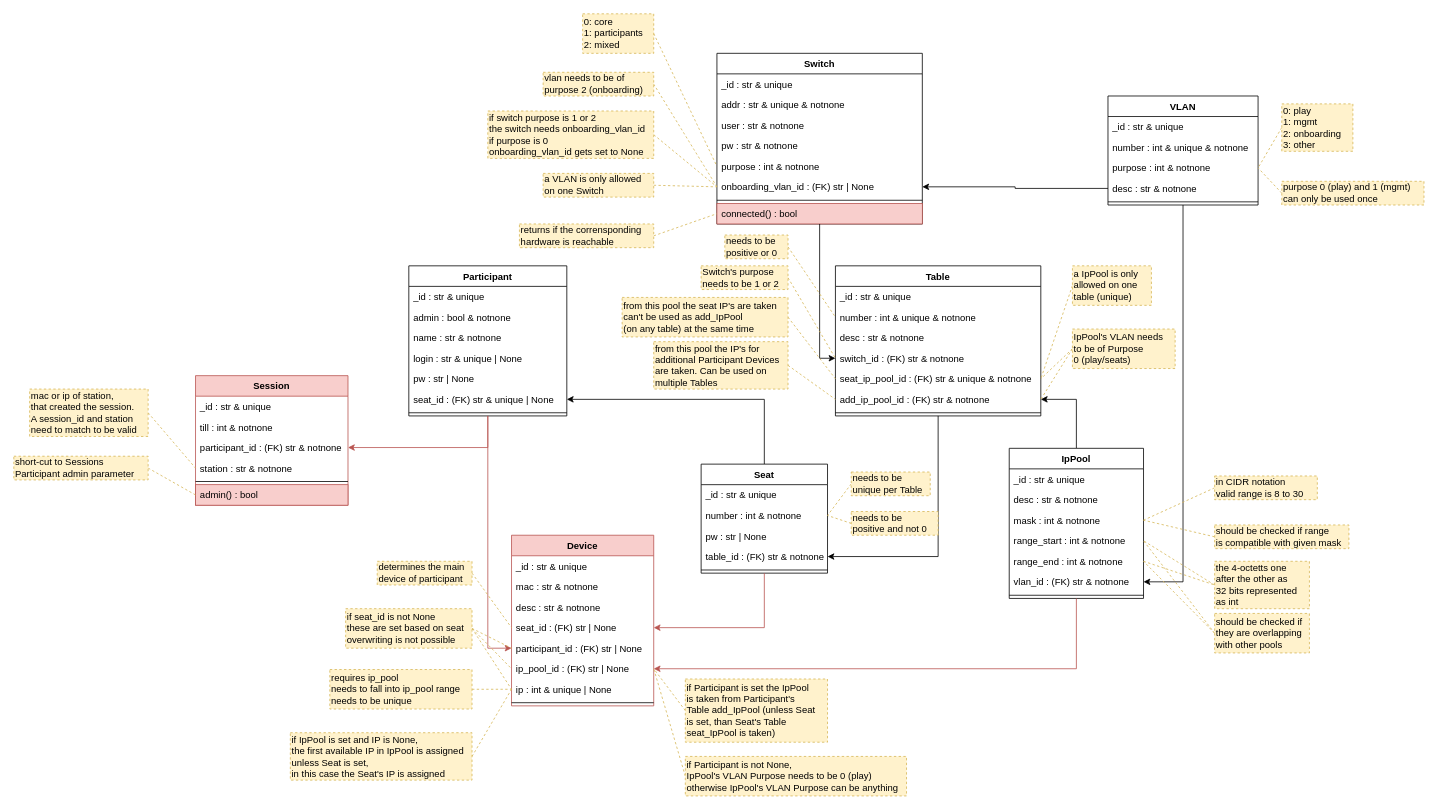
The draw.io diagram docs/elements_classes.drawio in nils-ost/LanPartyOnboardingSystem, before the edit. Source tidied: cells renumbered, new cells numbered last; positions are measured from the earlier drawing's top-left corner, leaving out a move shared by most shapes. Both pictures are drawn from the tidied source at 79%, with x=0, y=0 at pixel (13, 13).
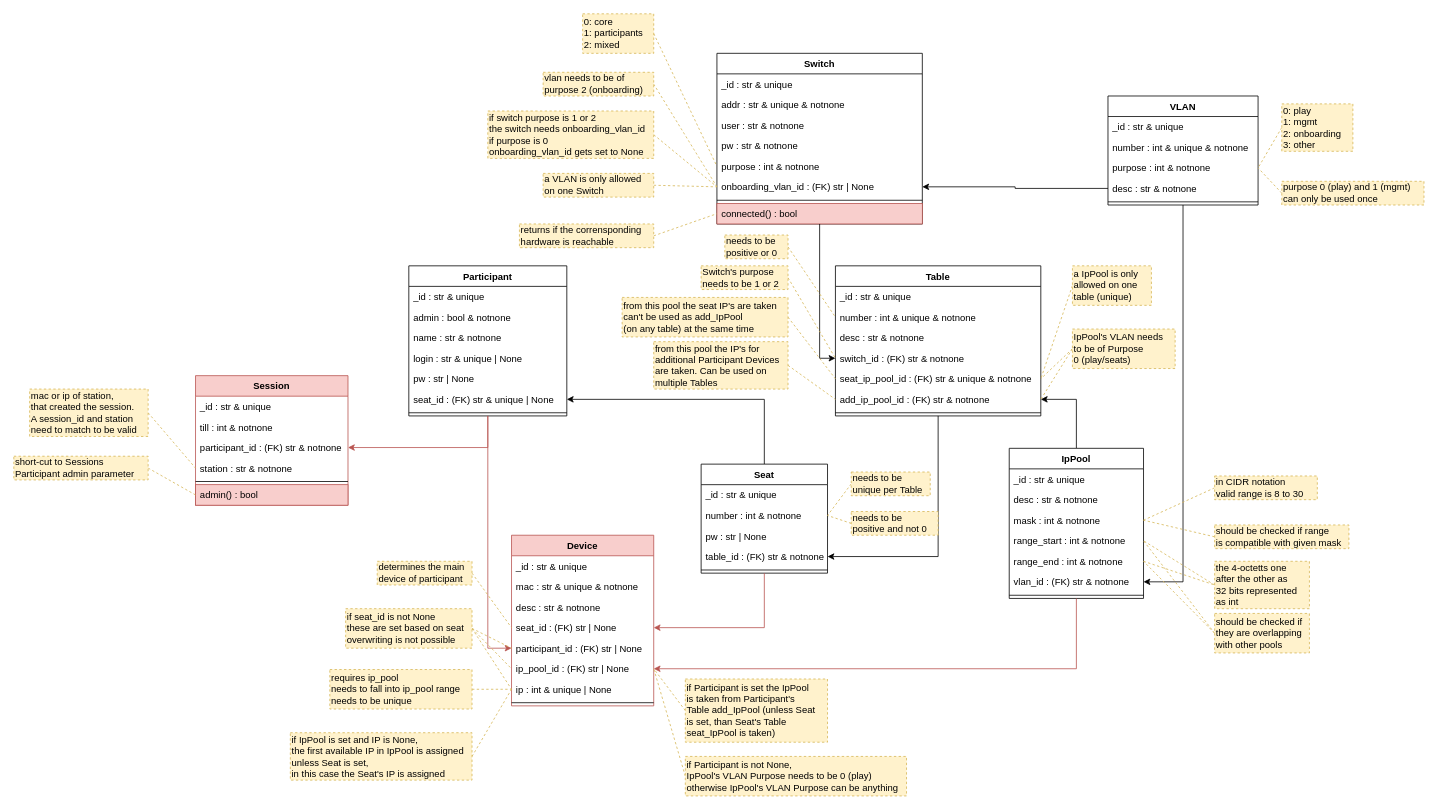
The same diagram, later.

Unchanged cells that the change refers to:
```xml
<mxCell id="60" value="Device" style="swimlane;fontStyle=1;align=center;verticalAlign=top;horizontal=1;startSize=26;fillColor=#f8cecc;strokeColor=#b85450;" parent="1" vertex="1">
  <mxGeometry x="630" y="660" width="180" height="216" as="geometry" />
</mxCell>
```

What changed in the source:
```diff
@@
-    <mxCell id="62" value="mac : str &amp; notnone" style="text;strokeColor=none;fillColor=none;align=left;verticalAlign=top;spacingLeft=4;spacingRight=4;overflow=hidden;" parent="60" vertex="1">
+    <mxCell id="62" value="mac : str &amp; unique &amp; notnone" style="text;strokeColor=none;fillColor=none;align=left;verticalAlign=top;spacingLeft=4;spacingRight=4;overflow=hidden;" parent="60" vertex="1">
       <mxGeometry y="52" width="180" height="26" as="geometry" />
     </mxCell>
```
